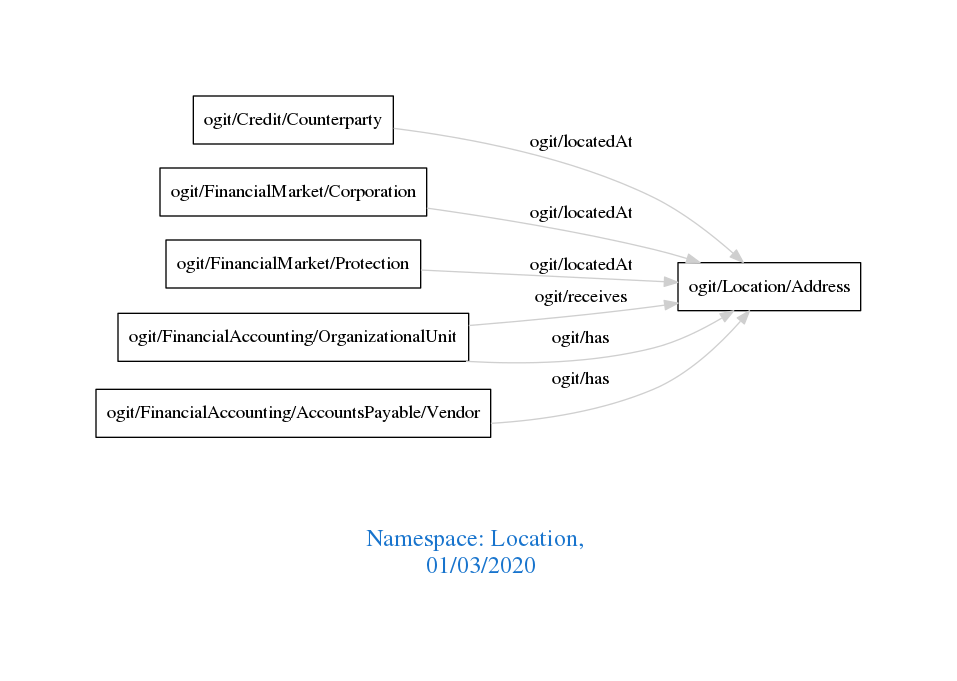
Above: downloads/Location.png in arago/OGIT (Graphviz), before the change. Its source is kept beside it as downloads/Location.dot.
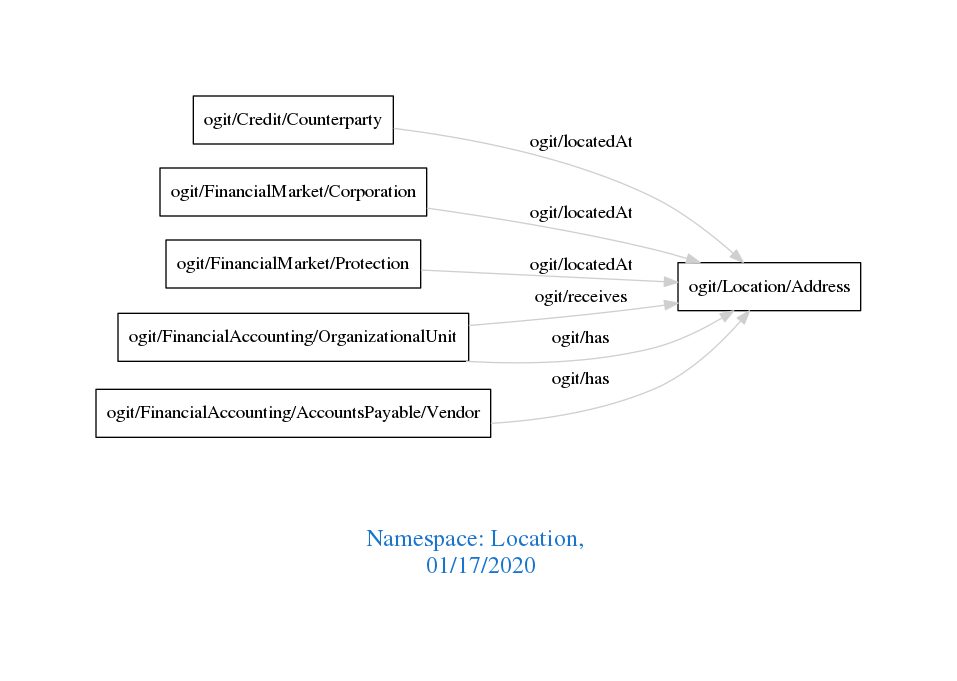
Later version of the same file.

The edit, as a diff of the source:
```diff
@@ -1,7 +1,7 @@
 digraph OGIT_ontology {
  graph [ rankdir= LR,pad=1
 fontsize = 18,
-fontcolor= dodgerblue3,label = "\n\n\nNamespace: Location, \n 01/03/2020"];
+fontcolor= dodgerblue3,label = "\n\n\nNamespace: Location, \n 01/17/2020"];
 node[shape=polygon];
 edge [  color="gray81"];
 
```
